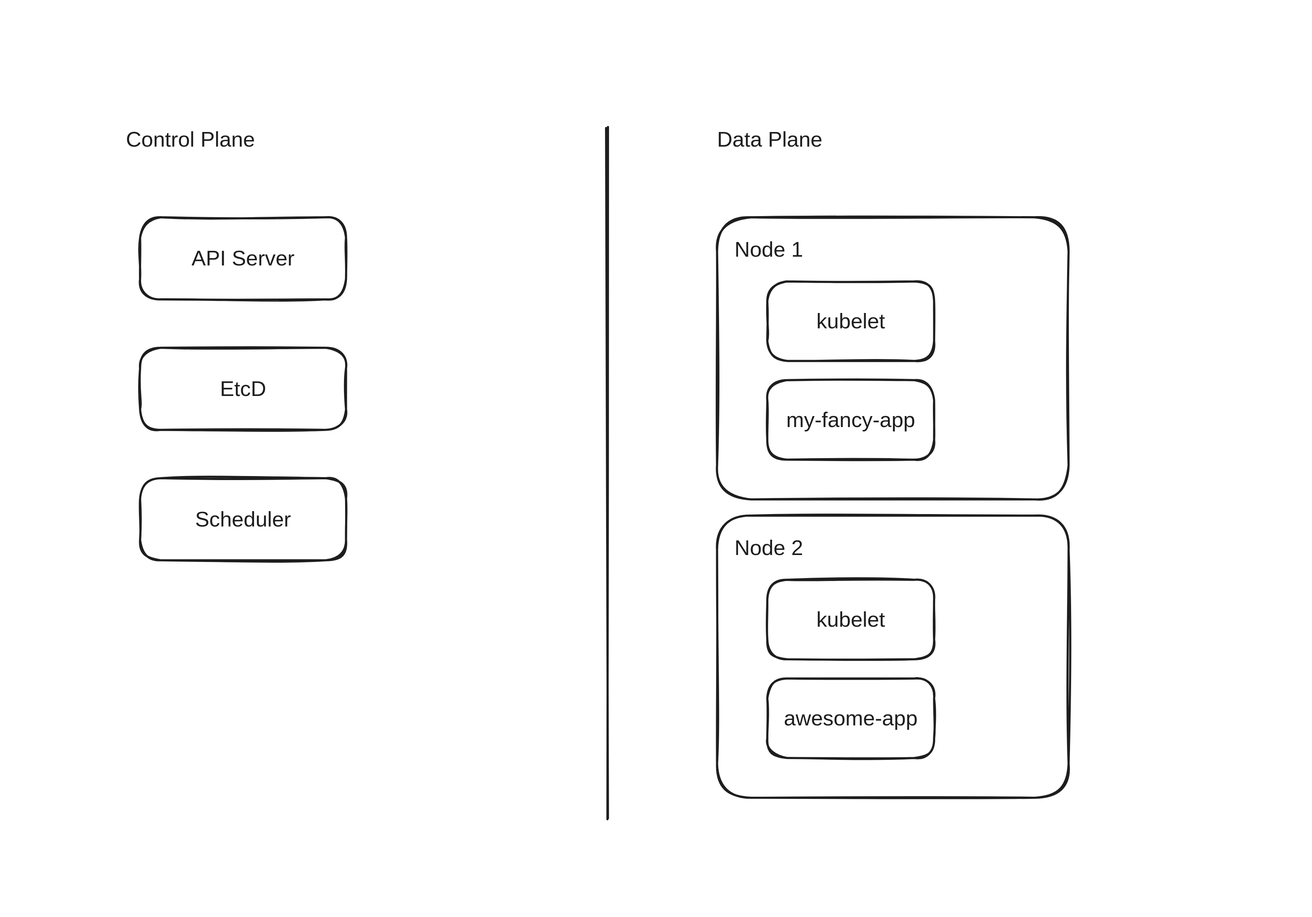
This is presentation/public/kubernetes_overview.excalidraw.svg from patrickpichler/beesting_talk, a Excalidraw export, as it was before one commit. Source tidied: one line per element, renumbered; positions are measured from the earlier drawing's top-left corner, leaving out a move shared by most shapes.
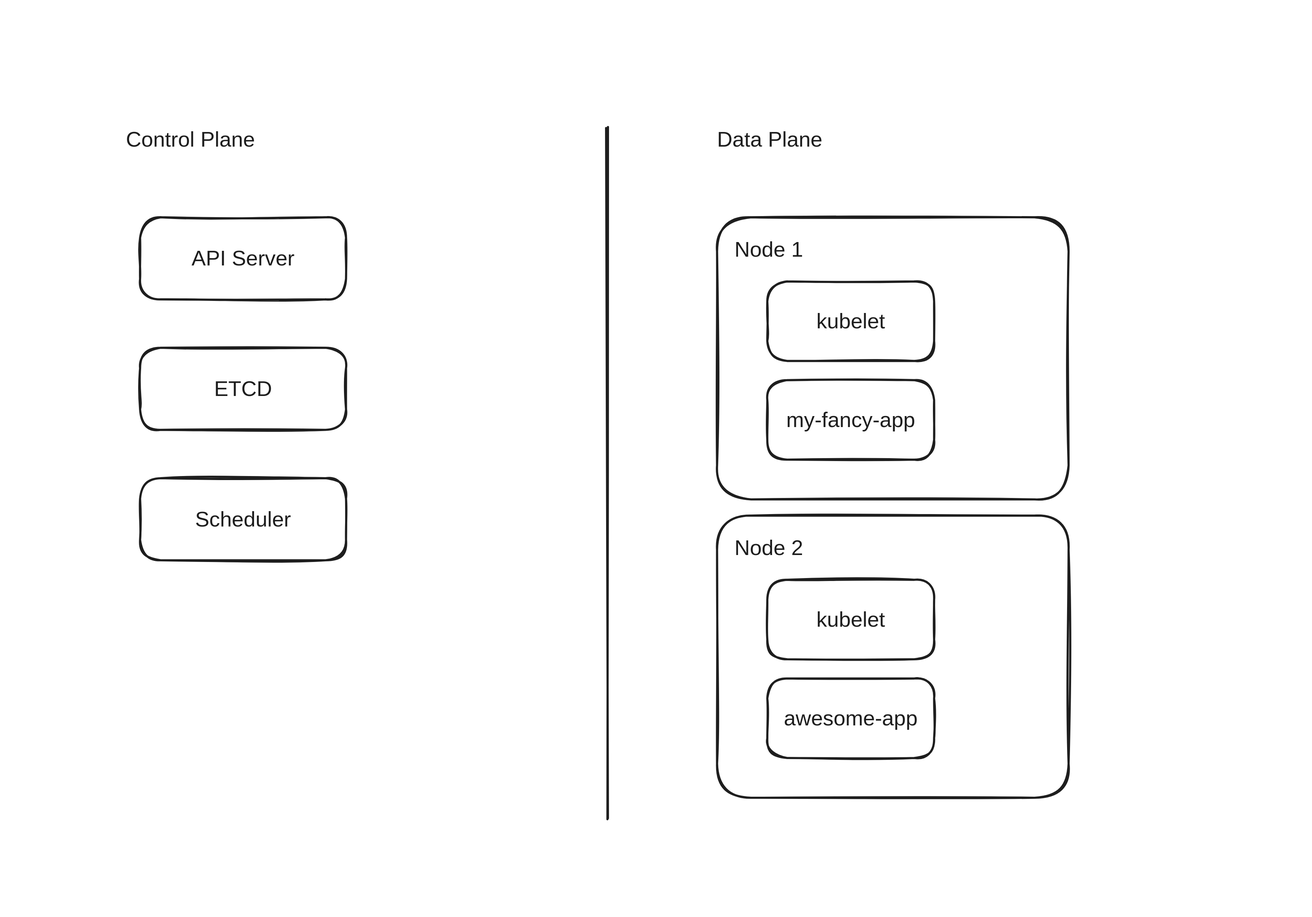
After the commit.

Diff of the diagram source:
```diff
@@ -5,7 +5,7 @@
 {"id": 4, "type": "rectangle", "strokeColor": "#1e1e1e", "strokeWidth": 2, "roughness": 1, "round": true, "x": 122, "y": 194, "width": 193, "height": 77}
 {"id": 5, "type": "text", "text": "API Server", "strokeColor": "#1e1e1e", "strokeWidth": 2, "roughness": 1, "fontSize": 20, "fontFamily": 2, "textAlign": "center", "verticalAlign": "middle", "inside": 4, "x": 170, "y": 221, "width": 97, "height": 23}
 {"id": 6, "type": "rectangle", "strokeColor": "#1e1e1e", "strokeWidth": 2, "roughness": 1, "round": true, "x": 122, "y": 317, "width": 193, "height": 77}
-{"id": 7, "type": "text", "text": "EtcD", "strokeColor": "#1e1e1e", "strokeWidth": 2, "roughness": 1, "fontSize": 20, "fontFamily": 2, "textAlign": "center", "verticalAlign": "middle", "inside": 6, "x": 197, "y": 344, "width": 43, "height": 23}
+{"id": 7, "type": "text", "text": "ETCD", "strokeColor": "#1e1e1e", "strokeWidth": 2, "roughness": 1, "fontSize": 20, "fontFamily": 2, "textAlign": "center", "verticalAlign": "middle", "inside": 6, "x": 191, "y": 344, "width": 54, "height": 23}
 {"id": 8, "type": "rectangle", "strokeColor": "#1e1e1e", "strokeWidth": 2, "roughness": 1, "round": true, "x": 122, "y": 439, "width": 193, "height": 77}
 {"id": 9, "type": "text", "text": "Scheduler", "strokeColor": "#1e1e1e", "strokeWidth": 2, "roughness": 1, "fontSize": 20, "fontFamily": 2, "textAlign": "center", "verticalAlign": "middle", "inside": 8, "x": 173, "y": 466, "width": 90, "height": 23}
 {"id": 10, "type": "rectangle", "strokeColor": "#1e1e1e", "strokeWidth": 2, "roughness": 1, "round": true, "x": 664, "y": 194, "width": 330, "height": 265}
```
